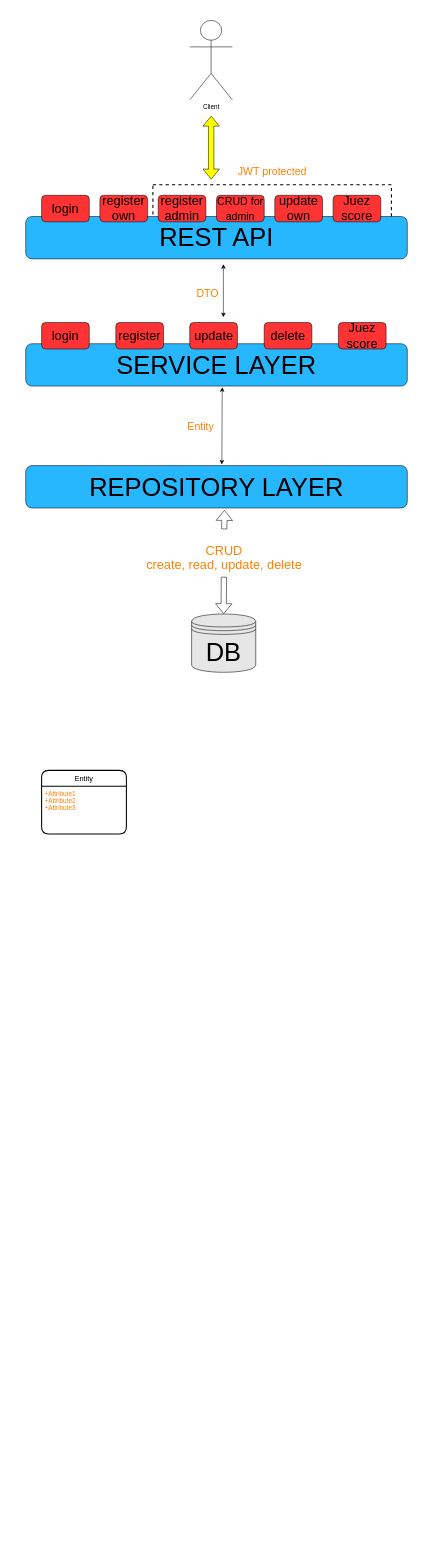
Above: Untitled Diagram.drawio in Corneyeski/Olimpiadas (draw.io), before the change. Source tidied: cells renumbered, new cells numbered last; positions are measured from the earlier drawing's top-left corner, leaving out a move shared by most shapes. Both pictures are drawn from the tidied source at 53%, with x=0, y=0 at pixel (25, 20).
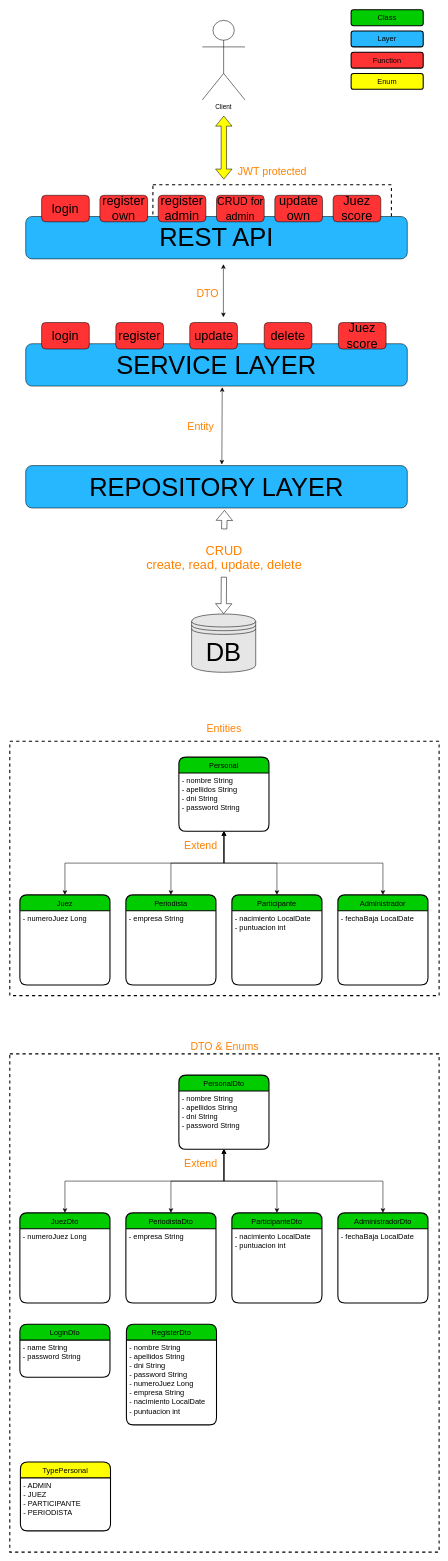
The same page after the edit.

Change to the diagram source:
```diff
@@
+    <mxCell id="30" style="rounded=0;whiteSpace=wrap;html=1;labelBackgroundColor=#ffffff;fontSize=20;fontColor=#000000;fillColor=none;dashed=1;strokeWidth=2;" parent="1" vertex="1">
+      <mxGeometry x="-30" y="1360" width="810" height="480" as="geometry" />
+    </mxCell>
@@
     <mxCell id="3" value="Client" style="shape=umlActor;verticalLabelPosition=bottom;verticalAlign=top;html=1;" parent="1" vertex="1">
-      <mxGeometry x="309.5" width="80.5" height="150" as="geometry" />
+      <mxGeometry x="333.2" width="80.5" height="150" as="geometry" />
     </mxCell>
@@
     <mxCell id="18" style="shape=flexArrow;endArrow=classic;startArrow=classic;html=1;rounded=0;fontSize=20;fontColor=#FF8000;strokeColor=#000000;fillColor=#FFFF00;" parent="1" edge="1">
       <mxGeometry relative="1" as="geometry">
-        <mxPoint x="350" y="300" as="sourcePoint" />
-        <mxPoint x="350" y="180" as="targetPoint" />
+        <mxPoint x="373.8" y="300" as="sourcePoint" />
+        <mxPoint x="373.8" y="180" as="targetPoint" />
       </mxGeometry>
     </mxCell>
@@
-    <mxCell id="28" value="Entity" style="swimlane;horizontal=1;startSize=30;rounded=1;fontSize=14;fontStyle=0;strokeWidth=2;shadow=0;dashed=0;align=center;labelBackgroundColor=#ffffff;fontColor=#000000;fillColor=none;" parent="1" vertex="1">
-      <mxGeometry x="30" y="1415" width="160" height="120" as="geometry" />
+    <mxCell id="28" value="Personal" style="swimlane;horizontal=1;startSize=30;rounded=1;fontSize=14;fontStyle=0;strokeWidth=2;shadow=0;dashed=0;align=center;labelBackgroundColor=none;fontColor=#000000;fillColor=#00CC00;" parent="1" vertex="1">
+      <mxGeometry x="289" y="1390" width="170" height="140" as="geometry" />
     </mxCell>
-    <mxCell id="29" value="+Attribute1&#10;+Attribute2&#10;+Attribute3" style="align=left;strokeColor=none;fillColor=none;spacingLeft=4;fontSize=12;verticalAlign=top;labelBackgroundColor=#ffffff;fontColor=#FF8000;" parent="28" vertex="1">
-      <mxGeometry y="30" width="160" height="90" as="geometry" />
+    <mxCell id="29" value="- nombre String&#10;- apellidos String &#10;- dni String&#10;- password String" style="align=left;strokeColor=none;fillColor=none;spacingLeft=4;fontSize=14;verticalAlign=top;labelBackgroundColor=none;fontColor=#000000;" parent="28" vertex="1">
+      <mxGeometry y="30" width="170" height="110" as="geometry" />
     </mxCell>
+    <mxCell id="31" style="edgeStyle=orthogonalEdgeStyle;rounded=0;jettySize=auto;html=1;fontSize=14;fontColor=#000000;strokeColor=#000000;fillColor=#FFFF00;startArrow=classic;startFill=1;" parent="1" edge="1" source="32" target="29">
+      <mxGeometry relative="1" as="geometry" />
+    </mxCell>
+    <mxCell id="32" value="Periodista" style="swimlane;horizontal=1;startSize=30;rounded=1;fontSize=14;fontStyle=0;strokeWidth=2;shadow=0;dashed=0;align=center;labelBackgroundColor=none;fontColor=#000000;fillColor=#00CC00;" parent="1" vertex="1">
+      <mxGeometry x="189" y="1650" width="170" height="170" as="geometry" />
+    </mxCell>
+    <mxCell id="33" value="- empresa String" style="align=left;strokeColor=none;fillColor=none;spacingLeft=4;fontSize=14;verticalAlign=top;labelBackgroundColor=none;fontColor=#000000;" parent="32" vertex="1">
+      <mxGeometry y="30" width="170" height="140" as="geometry" />
+    </mxCell>
+    <mxCell id="34" style="edgeStyle=orthogonalEdgeStyle;rounded=0;jettySize=auto;html=1;entryX=0.5;entryY=1;entryDx=0;entryDy=0;fontSize=14;fontColor=#000000;strokeColor=#000000;fillColor=#FFFF00;startArrow=classic;startFill=1;" parent="1" edge="1" source="35" target="29">
+      <mxGeometry relative="1" as="geometry" />
+    </mxCell>
+    <mxCell id="35" value="Participante" style="swimlane;horizontal=1;startSize=30;rounded=1;fontSize=14;fontStyle=0;strokeWidth=2;shadow=0;dashed=0;align=center;labelBackgroundColor=none;fontColor=#000000;fillColor=#00CC00;" parent="1" vertex="1">
+      <mxGeometry x="389" y="1650" width="170" height="170" as="geometry" />
+    </mxCell>
+    <mxCell id="36" value="- nacimiento LocalDate&#10;- puntuacion int" style="align=left;strokeColor=none;fillColor=none;spacingLeft=4;fontSize=14;verticalAlign=top;labelBackgroundColor=none;fontColor=#000000;" parent="35" vertex="1">
+      <mxGeometry y="30" width="170" height="140" as="geometry" />
+    </mxCell>
+    <mxCell id="37" style="edgeStyle=orthogonalEdgeStyle;rounded=0;jettySize=auto;html=1;fontSize=14;fontColor=#000000;strokeColor=#000000;fillColor=#FFFF00;startArrow=classic;startFill=1;" parent="1" edge="1" source="38" target="29">
+      <mxGeometry relative="1" as="geometry">
+        <Array as="points">
+          <mxPoint x="674" y="1590" />
+          <mxPoint x="374" y="1590" />
+        </Array>
+      </mxGeometry>
+    </mxCell>
+    <mxCell id="38" value="Administrador" style="swimlane;horizontal=1;startSize=30;rounded=1;fontSize=14;fontStyle=0;strokeWidth=2;shadow=0;dashed=0;align=center;labelBackgroundColor=none;fontColor=#000000;fillColor=#00CC00;" parent="1" vertex="1">
+      <mxGeometry x="589" y="1650" width="170" height="170" as="geometry" />
+    </mxCell>
+    <mxCell id="39" value="- fechaBaja LocalDate" style="align=left;strokeColor=none;fillColor=none;spacingLeft=4;fontSize=14;verticalAlign=top;labelBackgroundColor=none;fontColor=#000000;" parent="38" vertex="1">
+      <mxGeometry y="30" width="170" height="140" as="geometry" />
+    </mxCell>
+    <mxCell id="40" style="edgeStyle=orthogonalEdgeStyle;rounded=0;jettySize=auto;html=1;entryX=0.5;entryY=1;entryDx=0;entryDy=0;fontSize=14;fontColor=#000000;strokeColor=#000000;fillColor=#FFFF00;startArrow=classic;startFill=1;" parent="1" edge="1" source="41" target="29">
+      <mxGeometry relative="1" as="geometry">
+        <Array as="points">
+          <mxPoint x="74" y="1590" />
+          <mxPoint x="374" y="1590" />
+        </Array>
+      </mxGeometry>
+    </mxCell>
+    <mxCell id="41" value="Juez" style="swimlane;horizontal=1;startSize=30;rounded=1;fontSize=14;fontStyle=0;strokeWidth=2;shadow=0;dashed=0;align=center;labelBackgroundColor=none;fontColor=#000000;fillColor=#00CC00;" parent="1" vertex="1">
+      <mxGeometry x="-11" y="1650" width="170" height="170" as="geometry" />
+    </mxCell>
+    <mxCell id="42" value="- numeroJuez Long" style="align=left;strokeColor=none;fillColor=none;spacingLeft=4;fontSize=14;verticalAlign=top;labelBackgroundColor=none;fontColor=#000000;" parent="41" vertex="1">
+      <mxGeometry y="30" width="170" height="140" as="geometry" />
+    </mxCell>
+    <mxCell id="43" value="&lt;font color=&quot;#ff8000&quot;&gt;Extend&lt;/font&gt;" style="text;html=1;align=center;verticalAlign=middle;strokeColor=none;fillColor=none;fontSize=20;fontColor=#000000;" parent="1" vertex="1">
+      <mxGeometry x="290" y="1540" width="80" height="30" as="geometry" />
+    </mxCell>
+    <mxCell id="44" value="&lt;font color=&quot;#ff8000&quot;&gt;Entities&lt;/font&gt;" style="text;html=1;align=center;verticalAlign=middle;strokeColor=none;fillColor=none;fontSize=20;fontColor=#000000;" parent="1" vertex="1">
+      <mxGeometry x="334" y="1320" width="80" height="30" as="geometry" />
+    </mxCell>
+    <mxCell id="45" value="PersonalDto" style="swimlane;horizontal=1;startSize=30;rounded=1;fontSize=14;fontStyle=0;strokeWidth=2;shadow=0;dashed=0;align=center;labelBackgroundColor=none;fontColor=#000000;fillColor=#00CC00;" parent="1" vertex="1">
+      <mxGeometry x="289" y="1990" width="170" height="140" as="geometry" />
+    </mxCell>
+    <mxCell id="46" value="- nombre String&#10;- apellidos String &#10;- dni String&#10;- password String" style="align=left;strokeColor=none;fillColor=none;spacingLeft=4;fontSize=14;verticalAlign=top;labelBackgroundColor=none;fontColor=#000000;" parent="45" vertex="1">
+      <mxGeometry y="30" width="170" height="110" as="geometry" />
+    </mxCell>
+    <mxCell id="47" style="edgeStyle=orthogonalEdgeStyle;rounded=0;jettySize=auto;html=1;fontSize=14;fontColor=#000000;strokeColor=#000000;fillColor=#FFFF00;startArrow=classic;startFill=1;" parent="1" edge="1" source="48" target="46">
+      <mxGeometry relative="1" as="geometry" />
+    </mxCell>
+    <mxCell id="48" value="PeriodistaDto" style="swimlane;horizontal=1;startSize=30;rounded=1;fontSize=14;fontStyle=0;strokeWidth=2;shadow=0;dashed=0;align=center;labelBackgroundColor=none;fontColor=#000000;fillColor=#00CC00;" parent="1" vertex="1">
+      <mxGeometry x="189" y="2250" width="170" height="170" as="geometry" />
+    </mxCell>
+    <mxCell id="49" value="- empresa String" style="align=left;strokeColor=none;fillColor=none;spacingLeft=4;fontSize=14;verticalAlign=top;labelBackgroundColor=none;fontColor=#000000;" parent="48" vertex="1">
+      <mxGeometry y="30" width="170" height="140" as="geometry" />
+    </mxCell>
+    <mxCell id="50" style="edgeStyle=orthogonalEdgeStyle;rounded=0;jettySize=auto;html=1;entryX=0.5;entryY=1;entryDx=0;entryDy=0;fontSize=14;fontColor=#000000;strokeColor=#000000;fillColor=#FFFF00;startArrow=classic;startFill=1;" parent="1" edge="1" source="51" target="46">
+      <mxGeometry relative="1" as="geometry" />
+    </mxCell>
+    <mxCell id="51" value="ParticipanteDto" style="swimlane;horizontal=1;startSize=30;rounded=1;fontSize=14;fontStyle=0;strokeWidth=2;shadow=0;dashed=0;align=center;labelBackgroundColor=none;fontColor=#000000;fillColor=#00CC00;" parent="1" vertex="1">
+      <mxGeometry x="389" y="2250" width="170" height="170" as="geometry" />
+    </mxCell>
+    <mxCell id="52" value="- nacimiento LocalDate&#10;- puntuacion int" style="align=left;strokeColor=none;fillColor=none;spacingLeft=4;fontSize=14;verticalAlign=top;labelBackgroundColor=none;fontColor=#000000;" parent="51" vertex="1">
+      <mxGeometry y="30" width="170" height="140" as="geometry" />
+    </mxCell>
+    <mxCell id="53" style="edgeStyle=orthogonalEdgeStyle;rounded=0;jettySize=auto;html=1;fontSize=14;fontColor=#000000;strokeColor=#000000;fillColor=#FFFF00;startArrow=classic;startFill=1;" parent="1" edge="1" source="54" target="46">
+      <mxGeometry relative="1" as="geometry">
+        <Array as="points">
+          <mxPoint x="674" y="2190" />
+          <mxPoint x="374" y="2190" />
+        </Array>
+      </mxGeometry>
+    </mxCell>
+    <mxCell id="54" value="AdministradorDto" style="swimlane;horizontal=1;startSize=30;rounded=1;fontSize=14;fontStyle=0;strokeWidth=2;shadow=0;dashed=0;align=center;labelBackgroundColor=none;fontColor=#000000;fillColor=#00CC00;" parent="1" vertex="1">
+      <mxGeometry x="589" y="2250" width="170" height="170" as="geometry" />
+    </mxCell>
+    <mxCell id="55" value="- fechaBaja LocalDate" style="align=left;strokeColor=none;fillColor=none;spacingLeft=4;fontSize=14;verticalAlign=top;labelBackgroundColor=none;fontColor=#000000;" parent="54" vertex="1">
+      <mxGeometry y="30" width="170" height="140" as="geometry" />
+    </mxCell>
+    <mxCell id="56" style="edgeStyle=orthogonalEdgeStyle;rounded=0;jettySize=auto;html=1;entryX=0.5;entryY=1;entryDx=0;entryDy=0;fontSize=14;fontColor=#000000;strokeColor=#000000;fillColor=#FFFF00;startArrow=classic;startFill=1;" parent="1" edge="1" source="57" target="46">
+      <mxGeometry relative="1" as="geometry">
+        <Array as="points">
+          <mxPoint x="74" y="2190" />
+          <mxPoint x="374" y="2190" />
+        </Array>
+      </mxGeometry>
+    </mxCell>
+    <mxCell id="57" value="JuezDto" style="swimlane;horizontal=1;startSize=30;rounded=1;fontSize=14;fontStyle=0;strokeWidth=2;shadow=0;dashed=0;align=center;labelBackgroundColor=none;fontColor=#000000;fillColor=#00CC00;" parent="1" vertex="1">
+      <mxGeometry x="-11" y="2250" width="170" height="170" as="geometry" />
+    </mxCell>
+    <mxCell id="58" value="- numeroJuez Long" style="align=left;strokeColor=none;fillColor=none;spacingLeft=4;fontSize=14;verticalAlign=top;labelBackgroundColor=none;fontColor=#000000;" parent="57" vertex="1">
+      <mxGeometry y="30" width="170" height="140" as="geometry" />
+    </mxCell>
+    <mxCell id="59" value="&lt;font color=&quot;#ff8000&quot;&gt;Extend&lt;/font&gt;" style="text;html=1;align=center;verticalAlign=middle;strokeColor=none;fillColor=none;fontSize=20;fontColor=#000000;" parent="1" vertex="1">
+      <mxGeometry x="290" y="2140" width="80" height="30" as="geometry" />
+    </mxCell>
+    <mxCell id="60" value="&lt;font color=&quot;#ff8000&quot;&gt;DTO &amp;amp; Enums&lt;/font&gt;" style="text;html=1;align=center;verticalAlign=middle;strokeColor=none;fillColor=none;fontSize=20;fontColor=#000000;" parent="1" vertex="1">
+      <mxGeometry x="305" y="1920" width="140" height="30" as="geometry" />
+    </mxCell>
+    <mxCell id="61" value="LoginDto" style="swimlane;horizontal=1;startSize=30;rounded=1;fontSize=14;fontStyle=0;strokeWidth=2;shadow=0;dashed=0;align=center;labelBackgroundColor=none;fontColor=#000000;fillColor=#00CC00;" parent="1" vertex="1">
+      <mxGeometry x="-11" y="2460" width="170" height="100" as="geometry" />
+    </mxCell>
+    <mxCell id="62" value="- name String&#10;- password String" style="align=left;strokeColor=none;fillColor=none;spacingLeft=4;fontSize=14;verticalAlign=top;labelBackgroundColor=none;fontColor=#000000;" parent="61" vertex="1">
+      <mxGeometry y="30" width="170" height="70" as="geometry" />
+    </mxCell>
+    <mxCell id="63" value="RegisterDto" style="swimlane;horizontal=1;startSize=30;rounded=1;fontSize=14;fontStyle=0;strokeWidth=2;shadow=0;dashed=0;align=center;labelBackgroundColor=none;fontColor=#000000;fillColor=#00CC00;" parent="1" vertex="1">
+      <mxGeometry x="190" y="2460" width="170" height="190" as="geometry" />
+    </mxCell>
+    <mxCell id="64" value="- nombre String&#10;- apellidos String &#10;- dni String&#10;- password String&#10;- numeroJuez Long&#10;- empresa String&#10;- nacimiento LocalDate&#10;- puntuacion int" style="align=left;strokeColor=none;fillColor=none;spacingLeft=4;fontSize=14;verticalAlign=top;labelBackgroundColor=none;fontColor=#000000;" parent="63" vertex="1">
+      <mxGeometry y="30" width="170" height="160" as="geometry" />
+    </mxCell>
+    <mxCell id="65" value="TypePersonal" style="swimlane;horizontal=1;startSize=30;rounded=1;fontSize=14;fontStyle=0;strokeWidth=2;shadow=0;dashed=0;align=center;labelBackgroundColor=none;fontColor=#000000;fillColor=#FFFF00;" parent="1" vertex="1">
+      <mxGeometry x="-10" y="2720" width="170" height="130" as="geometry" />
+    </mxCell>
+    <mxCell id="66" value="- ADMIN&#10;- JUEZ&#10;- PARTICIPANTE&#10;- PERIODISTA" style="align=left;strokeColor=none;fillColor=none;spacingLeft=4;fontSize=14;verticalAlign=top;labelBackgroundColor=none;fontColor=#000000;" parent="65" vertex="1">
+      <mxGeometry y="30" width="170" height="100" as="geometry" />
+    </mxCell>
+    <mxCell id="67" style="rounded=0;whiteSpace=wrap;html=1;labelBackgroundColor=#ffffff;fontSize=20;fontColor=#000000;fillColor=none;dashed=1;strokeWidth=2;" parent="1" vertex="1">
+      <mxGeometry x="-30" y="1950" width="810" height="940" as="geometry" />
+    </mxCell>
+    <mxCell id="68" value="Class" style="rounded=1;whiteSpace=wrap;html=1;labelBackgroundColor=none;fontSize=14;fontColor=#000000;strokeWidth=2;fillColor=#00CC00;" parent="1" vertex="1">
+      <mxGeometry x="614" y="-20" width="136" height="30" as="geometry" />
+    </mxCell>
+    <mxCell id="69" value="Layer" style="rounded=1;whiteSpace=wrap;html=1;labelBackgroundColor=none;fontSize=14;fontColor=#000000;strokeWidth=2;fillColor=#26B7FF;" parent="1" vertex="1">
+      <mxGeometry x="614" y="20" width="136" height="30" as="geometry" />
+    </mxCell>
+    <mxCell id="70" value="Function" style="rounded=1;whiteSpace=wrap;html=1;labelBackgroundColor=none;fontSize=14;fontColor=#000000;strokeWidth=2;fillColor=#FF3333;" parent="1" vertex="1">
+      <mxGeometry x="614" y="60" width="136" height="30" as="geometry" />
+    </mxCell>
+    <mxCell id="71" value="Enum" style="rounded=1;whiteSpace=wrap;html=1;labelBackgroundColor=none;fontSize=14;fontColor=#000000;strokeWidth=2;fillColor=#FFFF00;" parent="1" vertex="1">
+      <mxGeometry x="614" y="100" width="136" height="30" as="geometry" />
+    </mxCell>
```
